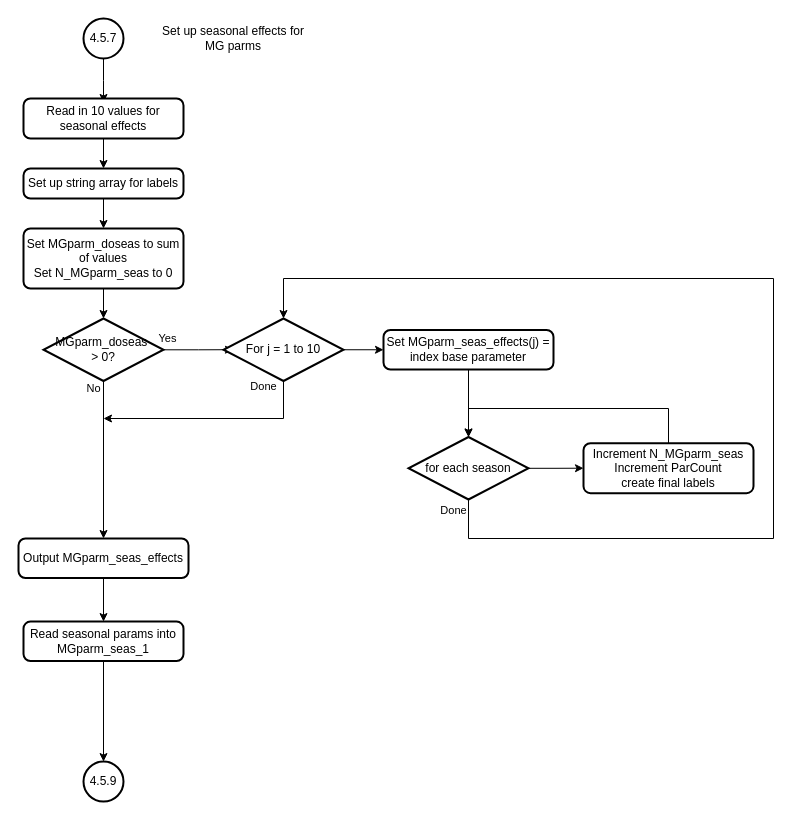
nmfs-ost/ss3-flowcharts keeps this draw.io diagram as readControl_4-5-7.drawio. Above is the earlier version. Source tidied: cells renumbered, new cells numbered last; positions are measured from the earlier drawing's top-left corner, leaving out a move shared by most shapes. Both pictures are drawn from the tidied source at 100%, with x=0, y=0 at pixel (18, 18).
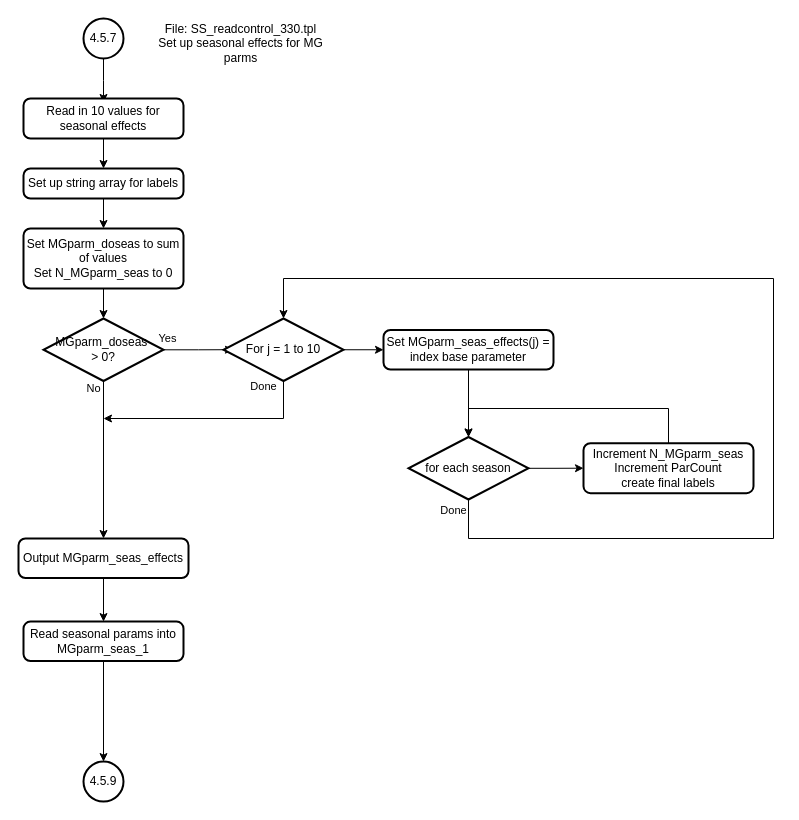
The same diagram, later.

Change to the diagram source:
```diff
@@
-    <mxCell id="4" value="Set up seasonal effects for MG parms" style="text;html=1;strokeColor=none;fillColor=none;align=center;verticalAlign=middle;whiteSpace=wrap;rounded=0;" parent="1" vertex="1">
-      <mxGeometry x="140" width="150" height="40" as="geometry" />
+    <mxCell id="4" value="File: SS_readcontrol_330.tpl&lt;br&gt;Set up seasonal effects for MG parms" style="text;html=1;strokeColor=none;fillColor=none;align=center;verticalAlign=middle;whiteSpace=wrap;rounded=0;" parent="1" vertex="1">
+      <mxGeometry x="135" width="175" height="50" as="geometry" />
     </mxCell>
```
